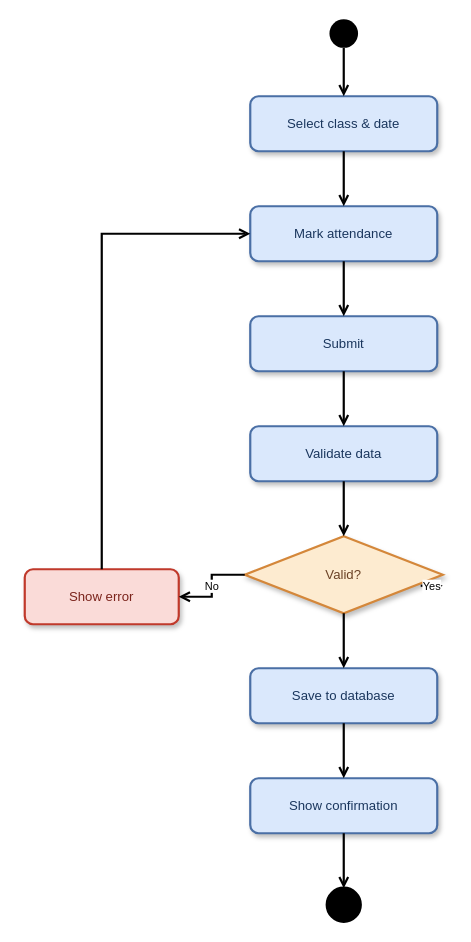
blissed-out/cse_220_week_8 keeps this draw.io diagram as design/activity-diagrams/attendance-activity.drawio. Above is the earlier version. Source tidied: cells renumbered, new cells numbered last; positions are measured from the earlier drawing's top-left corner, leaving out a move shared by most shapes. Both pictures are drawn from the tidied source at 110%, with x=0, y=0 at pixel (24, 19).
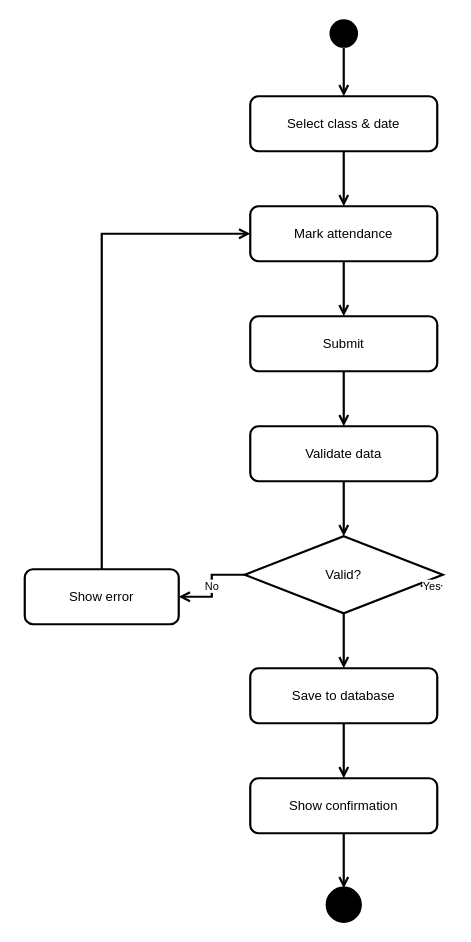
Above is the later version.

Change to the diagram source:
```diff
@@
-    <mxCell id="3" value="Select class &amp; date" style="rounded=1;whiteSpace=wrap;html=1;fillColor=#DAE8FC;strokeColor=#4A6FA5;fontSize=12;shadow=1;strokeWidth=2;fontColor=#1A365D;" parent="1" vertex="1">
+    <mxCell id="3" value="Select class &amp; date" style="rounded=1;whiteSpace=wrap;html=1;fillColor=#ffffff;strokeColor=#000000;fontSize=12;strokeWidth=2;fontColor=#000000;" parent="1" vertex="1">
       <mxGeometry x="205" y="70" width="170" height="50" as="geometry" />
     </mxCell>
-    <mxCell id="4" value="Mark attendance" style="rounded=1;whiteSpace=wrap;html=1;fillColor=#DAE8FC;strokeColor=#4A6FA5;fontSize=12;shadow=1;strokeWidth=2;fontColor=#1A365D;" parent="1" vertex="1">
+    <mxCell id="4" value="Mark attendance" style="rounded=1;whiteSpace=wrap;html=1;fillColor=#ffffff;strokeColor=#000000;fontSize=12;strokeWidth=2;fontColor=#000000;" parent="1" vertex="1">
       <mxGeometry x="205" y="170" width="170" height="50" as="geometry" />
     </mxCell>
-    <mxCell id="5" value="Submit" style="rounded=1;whiteSpace=wrap;html=1;fillColor=#DAE8FC;strokeColor=#4A6FA5;fontSize=12;shadow=1;strokeWidth=2;fontColor=#1A365D;" parent="1" vertex="1">
+    <mxCell id="5" value="Submit" style="rounded=1;whiteSpace=wrap;html=1;fillColor=#ffffff;strokeColor=#000000;fontSize=12;strokeWidth=2;fontColor=#000000;" parent="1" vertex="1">
       <mxGeometry x="205" y="270" width="170" height="50" as="geometry" />
     </mxCell>
-    <mxCell id="6" value="Validate data" style="rounded=1;whiteSpace=wrap;html=1;fillColor=#DAE8FC;strokeColor=#4A6FA5;fontSize=12;shadow=1;strokeWidth=2;fontColor=#1A365D;" parent="1" vertex="1">
+    <mxCell id="6" value="Validate data" style="rounded=1;whiteSpace=wrap;html=1;fillColor=#ffffff;strokeColor=#000000;fontSize=12;strokeWidth=2;fontColor=#000000;" parent="1" vertex="1">
       <mxGeometry x="205" y="370" width="170" height="50" as="geometry" />
     </mxCell>
-    <mxCell id="7" value="Valid?" style="shape=rhombus;whiteSpace=wrap;html=1;fillColor=#FDEBD0;strokeColor=#D4873A;fontSize=12;shadow=1;strokeWidth=2;fontColor=#6B4226;" parent="1" vertex="1">
+    <mxCell id="7" value="Valid?" style="shape=rhombus;whiteSpace=wrap;html=1;fillColor=#ffffff;strokeColor=#000000;fontSize=12;strokeWidth=2;fontColor=#000000;" parent="1" vertex="1">
       <mxGeometry x="200" y="470" width="180" height="70" as="geometry" />
     </mxCell>
-    <mxCell id="8" value="Save to database" style="rounded=1;whiteSpace=wrap;html=1;fillColor=#DAE8FC;strokeColor=#4A6FA5;fontSize=12;shadow=1;strokeWidth=2;fontColor=#1A365D;" parent="1" vertex="1">
+    <mxCell id="8" value="Save to database" style="rounded=1;whiteSpace=wrap;html=1;fillColor=#ffffff;strokeColor=#000000;fontSize=12;strokeWidth=2;fontColor=#000000;" parent="1" vertex="1">
       <mxGeometry x="205" y="590" width="170" height="50" as="geometry" />
     </mxCell>
-    <mxCell id="9" value="Show confirmation" style="rounded=1;whiteSpace=wrap;html=1;fillColor=#DAE8FC;strokeColor=#4A6FA5;fontSize=12;shadow=1;strokeWidth=2;fontColor=#1A365D;" parent="1" vertex="1">
+    <mxCell id="9" value="Show confirmation" style="rounded=1;whiteSpace=wrap;html=1;fillColor=#ffffff;strokeColor=#000000;fontSize=12;strokeWidth=2;fontColor=#000000;" parent="1" vertex="1">
       <mxGeometry x="205" y="690" width="170" height="50" as="geometry" />
     </mxCell>
@@
-    <mxCell id="11" value="Show error" style="rounded=1;whiteSpace=wrap;html=1;fillColor=#FADBD8;strokeColor=#C0392B;fontSize=12;shadow=1;strokeWidth=2;fontColor=#7B241C;" parent="1" vertex="1">
+    <mxCell id="11" value="Show error" style="rounded=1;whiteSpace=wrap;html=1;fillColor=#ffffff;strokeColor=#000000;fontSize=12;strokeWidth=2;fontColor=#000000;" parent="1" vertex="1">
       <mxGeometry y="500" width="140" height="50" as="geometry" />
     </mxCell>
-    <mxCell id="12" style="endArrow=open;endFill=0;html=1;rounded=0;fontSize=10;strokeWidth=2;" parent="1" edge="1">
+    <mxCell id="12" style="endArrow=open;endFill=0;html=1;rounded=0;fontSize=10;strokeWidth=2;strokeColor=#000000;" parent="1" edge="1">
       <mxGeometry as="geometry">
         <mxPoint x="290" y="26" as="sourcePoint" />
         <mxPoint x="290" y="70" as="targetPoint" />
       </mxGeometry>
     </mxCell>
-    <mxCell id="13" style="endArrow=open;endFill=0;html=1;rounded=0;fontSize=10;strokeWidth=2;" parent="1" edge="1">
+    <mxCell id="13" style="endArrow=open;endFill=0;html=1;rounded=0;fontSize=10;strokeWidth=2;strokeColor=#000000;" parent="1" edge="1">
       <mxGeometry as="geometry">
         <mxPoint x="290" y="120" as="sourcePoint" />
         <mxPoint x="290" y="170" as="targetPoint" />
       </mxGeometry>
     </mxCell>
-    <mxCell id="14" style="endArrow=open;endFill=0;html=1;rounded=0;fontSize=10;strokeWidth=2;" parent="1" edge="1">
+    <mxCell id="14" style="endArrow=open;endFill=0;html=1;rounded=0;fontSize=10;strokeWidth=2;strokeColor=#000000;" parent="1" edge="1">
       <mxGeometry as="geometry">
         <mxPoint x="290" y="220" as="sourcePoint" />
         <mxPoint x="290" y="270" as="targetPoint" />
       </mxGeometry>
     </mxCell>
-    <mxCell id="15" style="endArrow=open;endFill=0;html=1;rounded=0;fontSize=10;strokeWidth=2;" parent="1" edge="1">
+    <mxCell id="15" style="endArrow=open;endFill=0;html=1;rounded=0;fontSize=10;strokeWidth=2;strokeColor=#000000;" parent="1" edge="1">
       <mxGeometry as="geometry">
         <mxPoint x="290" y="320" as="sourcePoint" />
         <mxPoint x="290" y="370" as="targetPoint" />
       </mxGeometry>
     </mxCell>
-    <mxCell id="16" style="endArrow=open;endFill=0;html=1;rounded=0;fontSize=10;strokeWidth=2;" parent="1" edge="1">
+    <mxCell id="16" style="endArrow=open;endFill=0;html=1;rounded=0;fontSize=10;strokeWidth=2;strokeColor=#000000;" parent="1" edge="1">
       <mxGeometry as="geometry">
         <mxPoint x="290" y="420" as="sourcePoint" />
         <mxPoint x="290" y="470" as="targetPoint" />
       </mxGeometry>
     </mxCell>
-    <mxCell id="17" style="endArrow=open;endFill=0;html=1;rounded=0;fontSize=10;strokeWidth=2;" parent="1" edge="1">
+    <mxCell id="17" style="endArrow=open;endFill=0;html=1;rounded=0;fontSize=10;strokeWidth=2;strokeColor=#000000;" parent="1" edge="1">
       <mxGeometry as="geometry">
         <mxPoint x="290" y="540" as="sourcePoint" />
         <mxPoint x="290" y="590" as="targetPoint" />
       </mxGeometry>
     </mxCell>
-    <mxCell id="18" style="endArrow=open;endFill=0;html=1;rounded=0;fontSize=10;strokeWidth=2;" parent="1" edge="1">
+    <mxCell id="18" style="endArrow=open;endFill=0;html=1;rounded=0;fontSize=10;strokeWidth=2;strokeColor=#000000;" parent="1" edge="1">
       <mxGeometry as="geometry">
         <mxPoint x="290" y="640" as="sourcePoint" />
         <mxPoint x="290" y="690" as="targetPoint" />
       </mxGeometry>
     </mxCell>
-    <mxCell id="19" style="endArrow=open;endFill=0;html=1;rounded=0;fontSize=10;strokeWidth=2;" parent="1" edge="1">
+    <mxCell id="19" style="endArrow=open;endFill=0;html=1;rounded=0;fontSize=10;strokeWidth=2;strokeColor=#000000;" parent="1" edge="1">
       <mxGeometry as="geometry">
         <mxPoint x="290" y="740" as="sourcePoint" />
         <mxPoint x="290" y="790" as="targetPoint" />
       </mxGeometry>
     </mxCell>
-    <mxCell id="20" value="No" style="endArrow=open;endFill=0;html=1;rounded=0;fontSize=10;strokeWidth=2;" parent="1" edge="1">
+    <mxCell id="20" value="No" style="endArrow=open;endFill=0;html=1;rounded=0;fontSize=10;strokeWidth=2;fontColor=#000000;strokeColor=#000000;" parent="1" edge="1">
       <mxGeometry as="geometry">
         <mxPoint x="200" y="505" as="sourcePoint" />
         <mxPoint x="140" y="525" as="targetPoint" />
         <Array as="points">
           <mxPoint x="170" y="505" />
           <mxPoint x="170" y="525" />
         </Array>
       </mxGeometry>
     </mxCell>
-    <mxCell id="21" style="endArrow=open;endFill=0;html=1;rounded=0;fontSize=10;strokeWidth=2;" parent="1" edge="1">
+    <mxCell id="21" style="endArrow=open;endFill=0;html=1;rounded=0;fontSize=10;strokeWidth=2;strokeColor=#000000;" parent="1" edge="1">
       <mxGeometry as="geometry">
         <mxPoint x="70" y="500" as="sourcePoint" />
         <mxPoint x="205" y="195" as="targetPoint" />
         <Array as="points">
           <mxPoint x="70" y="195" />
         </Array>
       </mxGeometry>
     </mxCell>
-    <mxCell id="22" value="Yes" style="endArrow=open;endFill=0;html=1;rounded=0;fontSize=10;strokeWidth=2;" parent="1" edge="1">
+    <mxCell id="22" value="Yes" style="endArrow=open;endFill=0;html=1;rounded=0;fontSize=10;strokeWidth=2;fontColor=#000000;strokeColor=#000000;" parent="1" edge="1">
       <mxGeometry as="geometry">
         <mxPoint x="360" y="515" as="sourcePoint" />
         <mxPoint x="380" y="515" as="targetPoint" />
       </mxGeometry>
     </mxCell>
```
